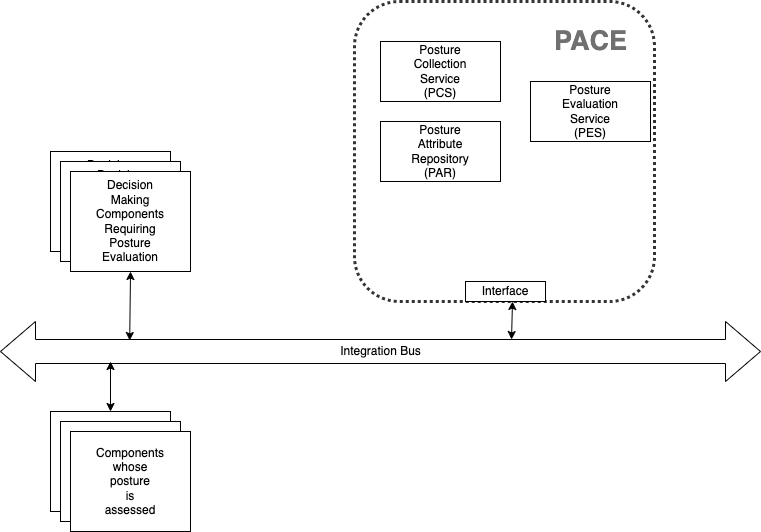
The draw.io diagram docs/Arch/pace_arch_2.png in opencybersecurityalliance/PACE, before a commit. Source tidied: cells renumbered, new cells last; positions are measured from the earlier drawing's top-left corner, leaving out a move shared by most shapes.
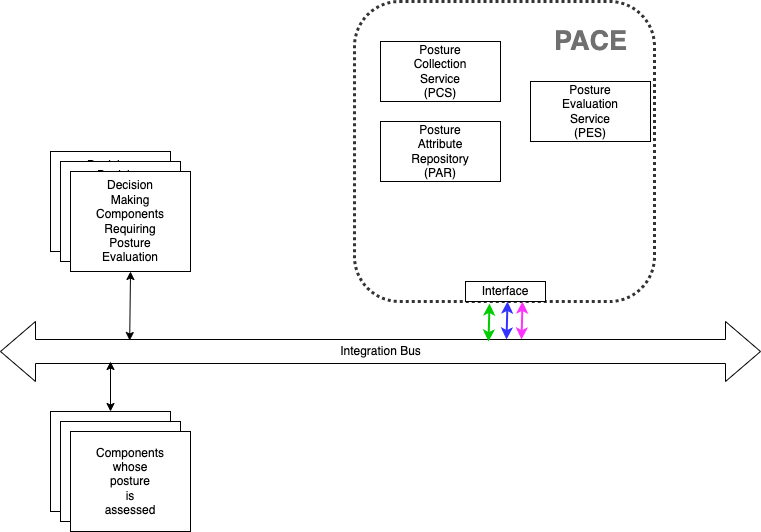
After the change.

Commit message:
update per PACE meeting comments

Change to the diagram source:
```diff
@@ -37,10 +37,10 @@
         <mxPoint x="110" y="360" as="targetPoint" />
       </mxGeometry>
     </mxCell>
-    <mxCell id="13" style="endArrow=classic;startArrow=classic;html=1;rounded=0;exitX=0.529;exitY=0.267;exitDx=0;exitDy=0;exitPerimeter=0;" parent="1" edge="1">
+    <mxCell id="13" style="endArrow=classic;startArrow=classic;html=1;rounded=0;exitX=0.529;exitY=0.267;exitDx=0;exitDy=0;exitPerimeter=0;strokeWidth=2;strokeColor=#3333FF;" parent="1" edge="1">
       <mxGeometry relative="1" as="geometry">
-        <mxPoint x="511" y="338" as="sourcePoint" />
-        <mxPoint x="512" y="300" as="targetPoint" />
+        <mxPoint x="506" y="338" as="sourcePoint" />
+        <mxPoint x="507" y="300" as="targetPoint" />
       </mxGeometry>
     </mxCell>
     <mxCell id="14" value="&lt;font color=&quot;#707070&quot;&gt;PACE&lt;/font&gt;" style="text;html=1;align=center;verticalAlign=middle;fillColor=none;strokeColor=none;rounded=0;dashed=1;dashPattern=1 1;opacity=80;fontStyle=1;fontSize=27;fontColor=#636363;" parent="1" vertex="1">
@@ -55,5 +55,17 @@
     <mxCell id="17" value="Interface" style="rounded=0;whiteSpace=wrap;html=1;" parent="1" vertex="1">
       <mxGeometry x="465" y="280" width="80" height="20" as="geometry" />
     </mxCell>
+    <mxCell id="18" style="endArrow=classic;startArrow=classic;html=1;rounded=0;exitX=0.529;exitY=0.267;exitDx=0;exitDy=0;exitPerimeter=0;strokeWidth=2;strokeColor=#FF33FF;" parent="1" edge="1">
+      <mxGeometry relative="1" as="geometry">
+        <mxPoint x="521" y="338" as="sourcePoint" />
+        <mxPoint x="522" y="300" as="targetPoint" />
+      </mxGeometry>
+    </mxCell>
+    <mxCell id="19" style="endArrow=classic;startArrow=classic;html=1;rounded=0;exitX=0.529;exitY=0.267;exitDx=0;exitDy=0;exitPerimeter=0;strokeWidth=2;strokeColor=#00CC00;" parent="1" edge="1">
+      <mxGeometry relative="1" as="geometry">
+        <mxPoint x="488" y="340" as="sourcePoint" />
+        <mxPoint x="489" y="302" as="targetPoint" />
+      </mxGeometry>
+    </mxCell>
   </root>
 </mxGraphModel>
```
